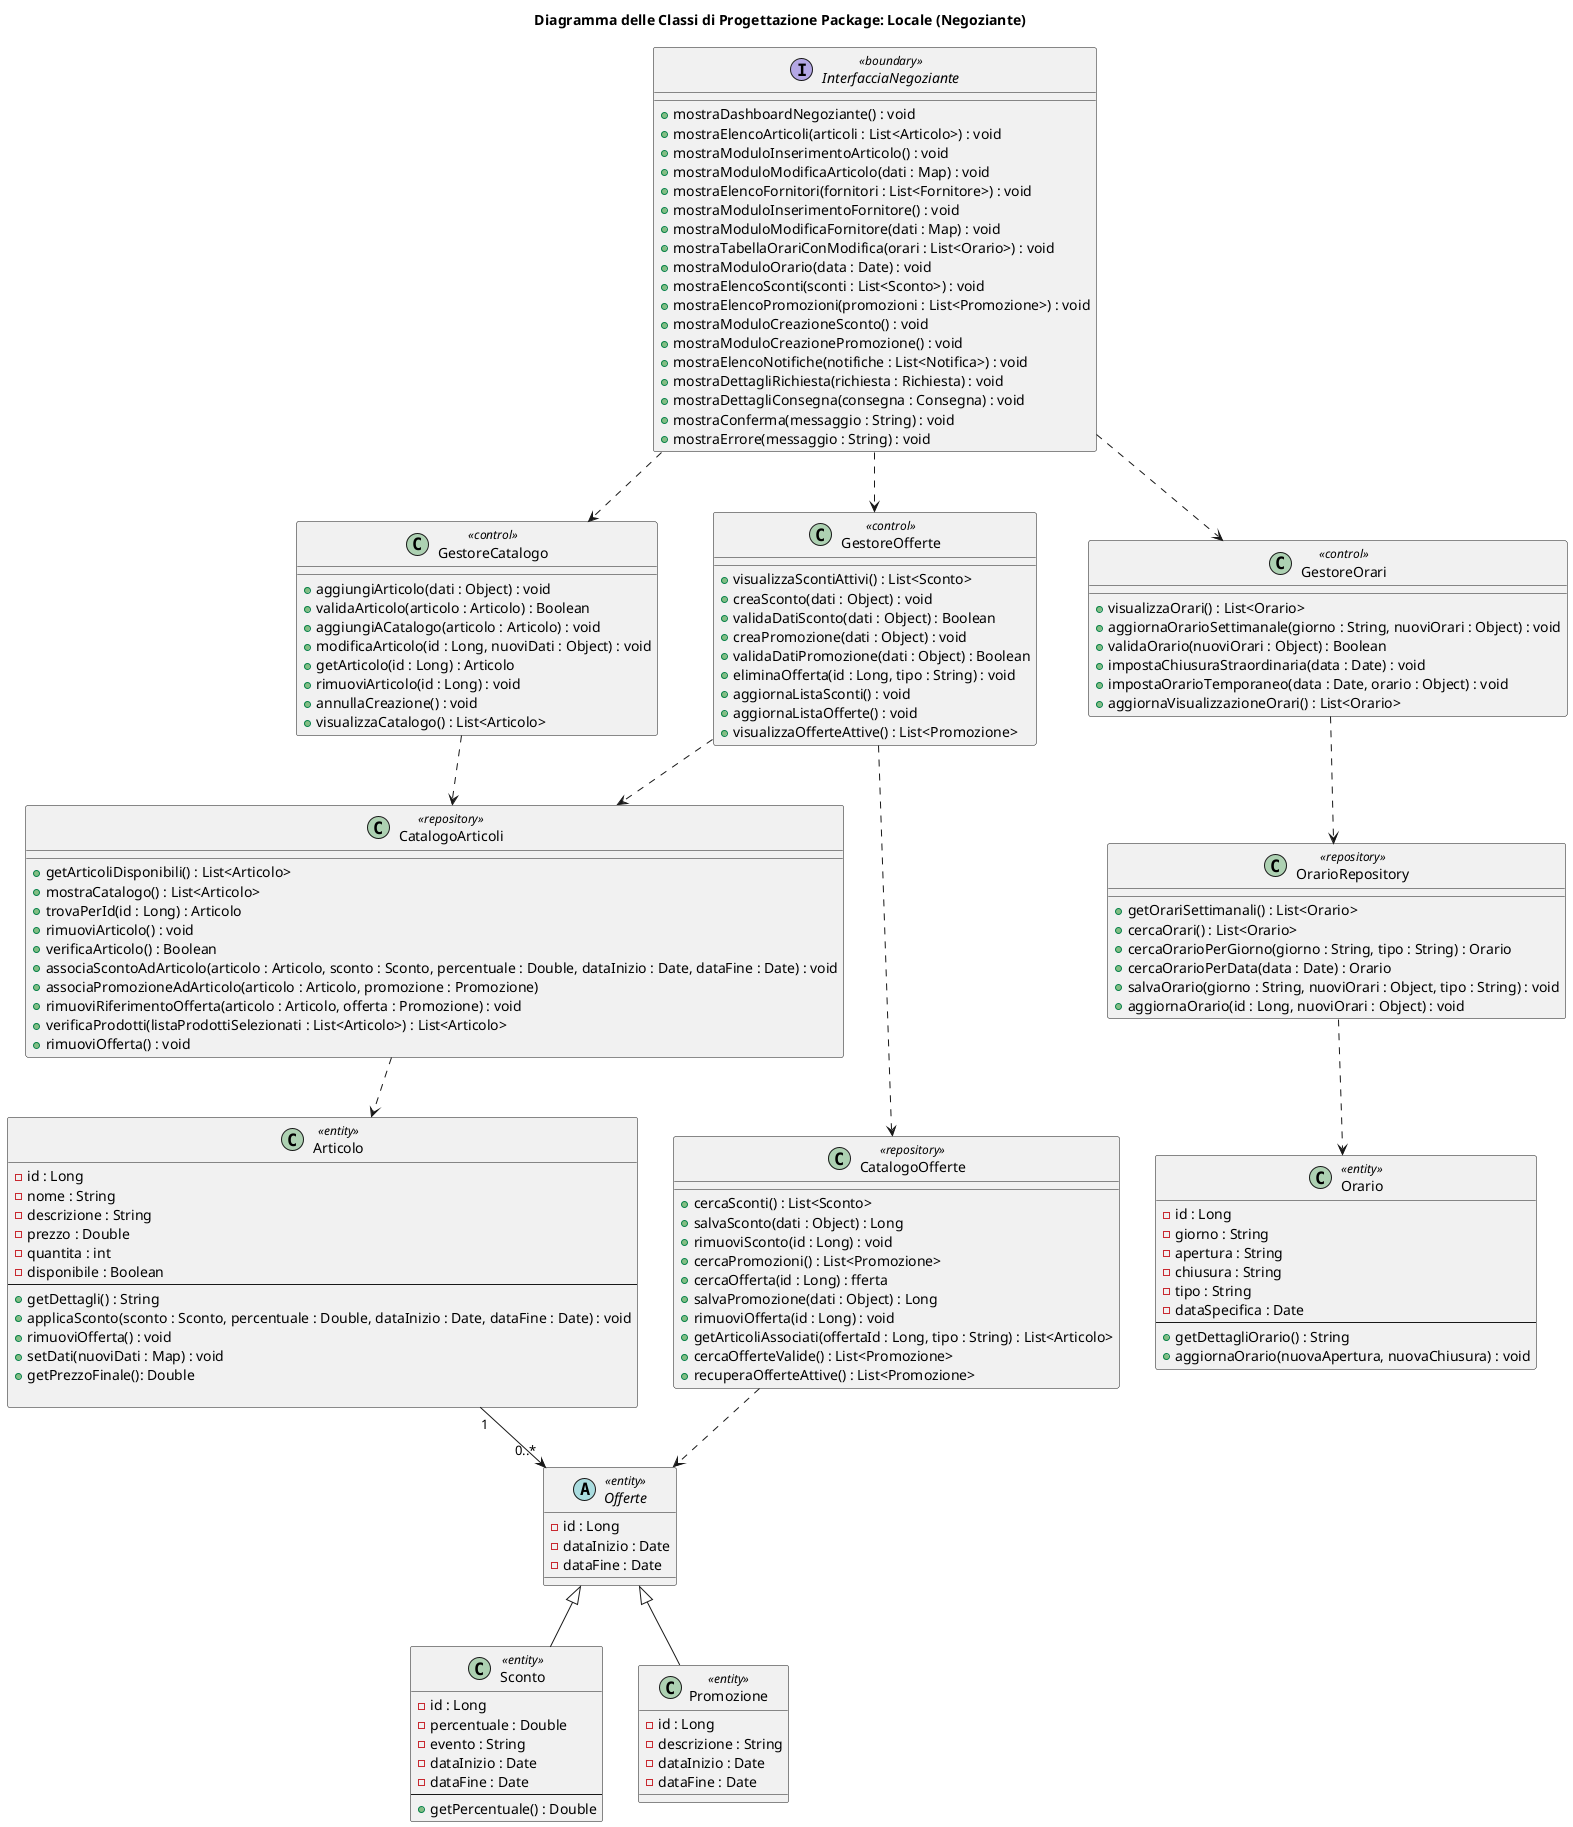
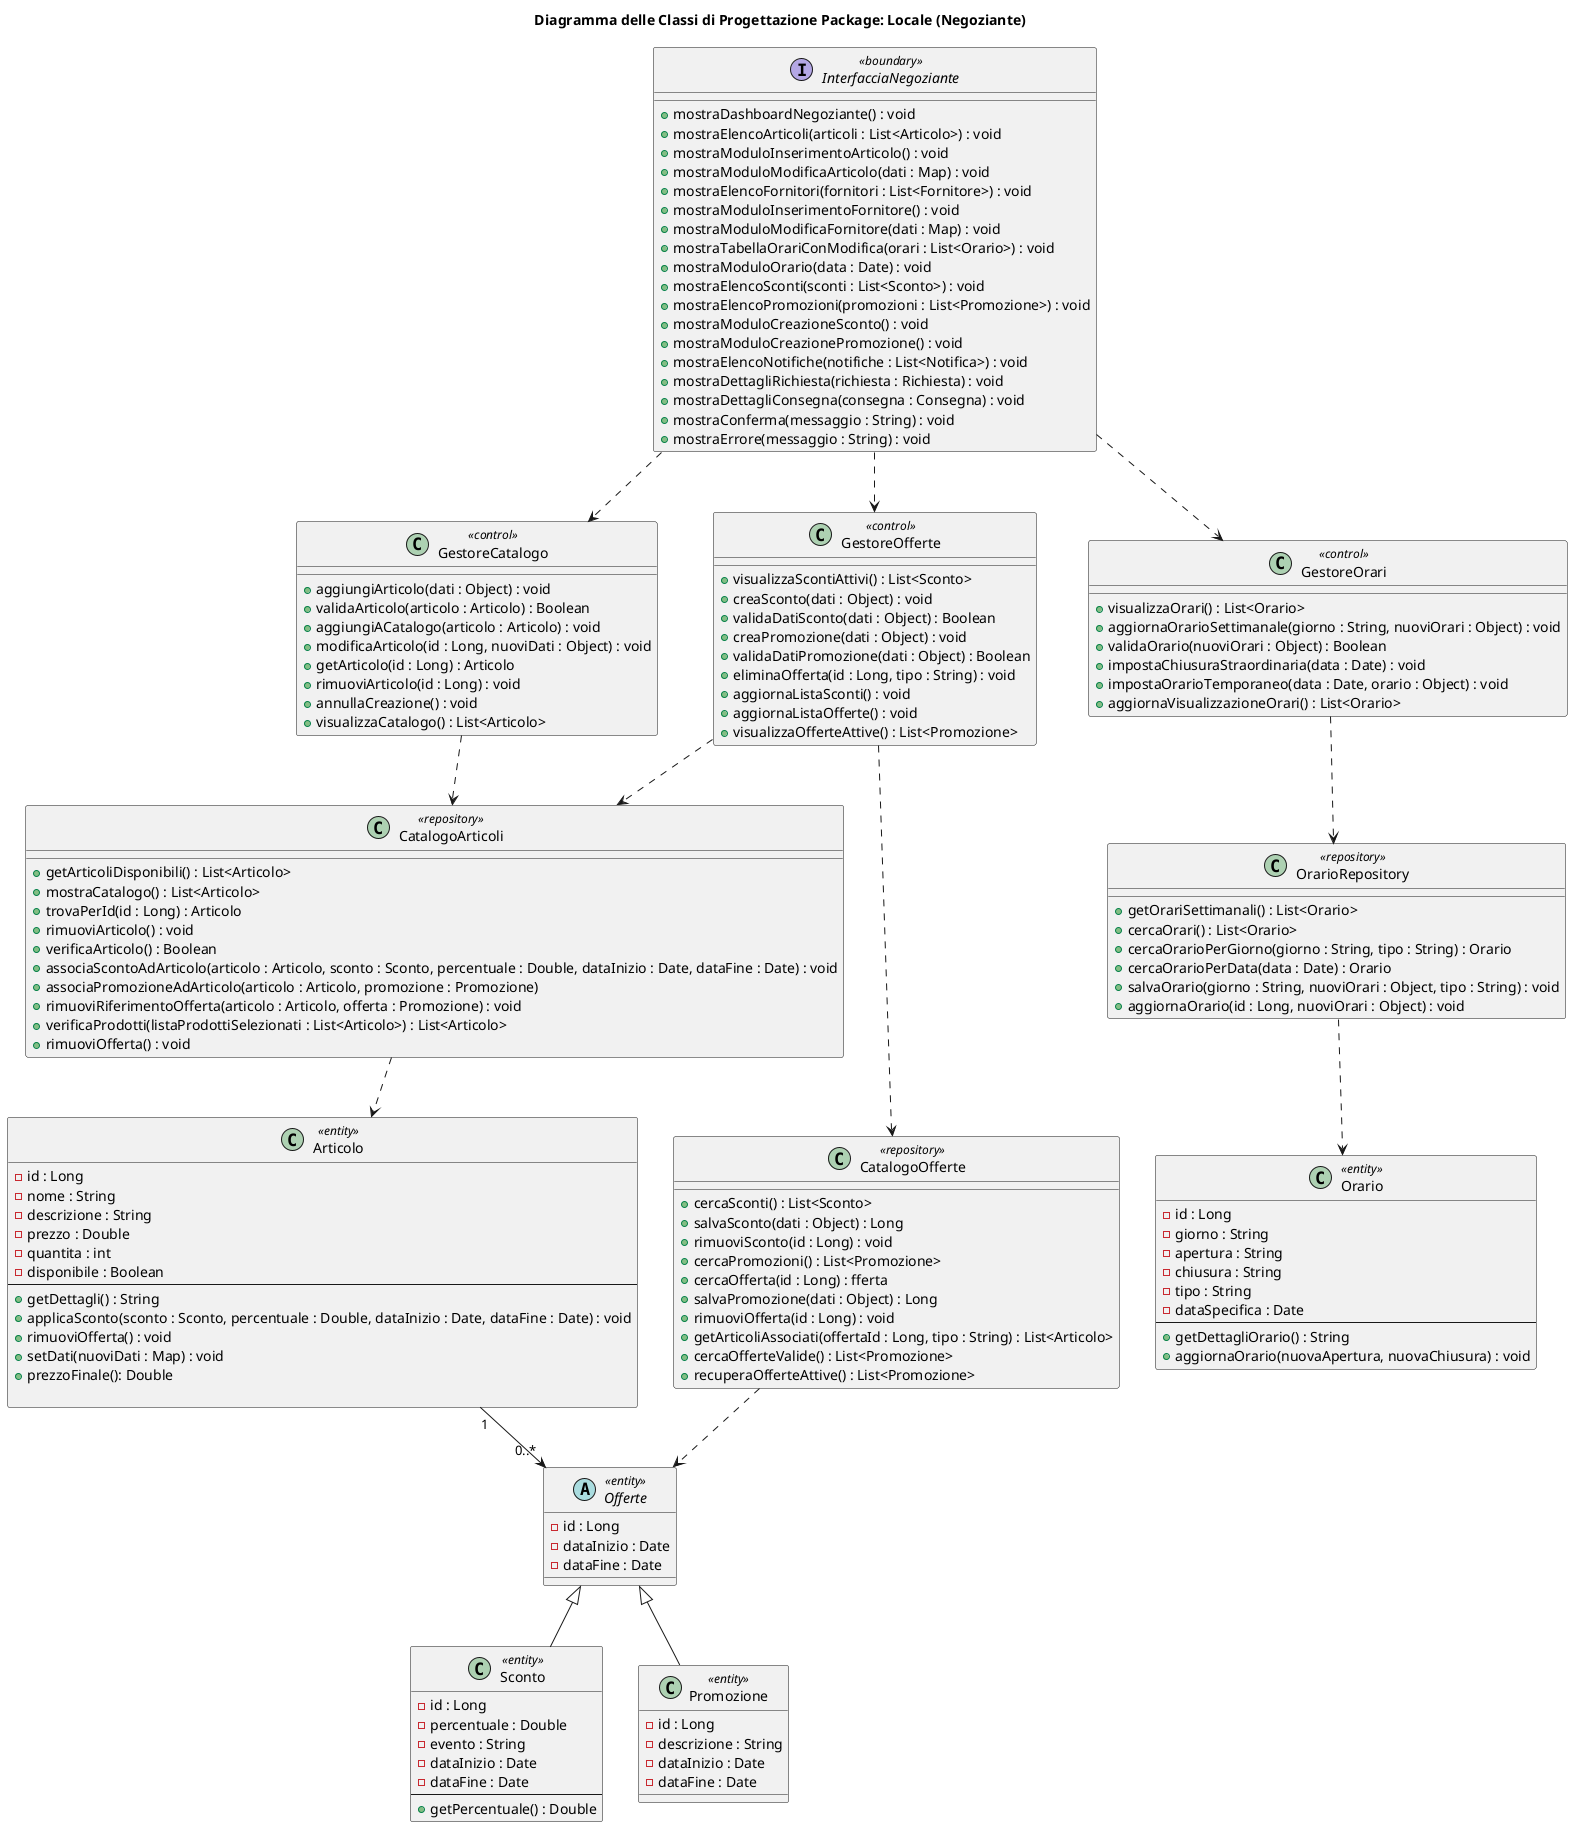
@startuml
title Diagramma delle Classi di Progettazione Package: Locale (Negoziante)


interface InterfacciaNegoziante <<boundary>>
class GestoreCatalogo <<control>>
class GestoreOfferte <<control>>
class GestoreOrari <<control>>
class Offerte <<entity>>
class CatalogoArticoli <<entity>>
class OrarioRepository <<repository>>
class CatalogoOfferte <<repository>>


interface "InterfacciaNegoziante" <<boundary>> {
    ' Dashboard
    + mostraDashboardNegoziante() : void
    ' Gestione Catalogo
    + mostraElencoArticoli(articoli : List<Articolo>) : void
    + mostraModuloInserimentoArticolo() : void
    + mostraModuloModificaArticolo(dati : Map) : void
    ' Gestione Fornitori
    + mostraElencoFornitori(fornitori : List<Fornitore>) : void
    + mostraModuloInserimentoFornitore() : void
    + mostraModuloModificaFornitore(dati : Map) : void
    ' Gestione Orari
    + mostraTabellaOrariConModifica(orari : List<Orario>) : void
    + mostraModuloOrario(data : Date) : void
    ' Gestione Offerte
    + mostraElencoSconti(sconti : List<Sconto>) : void
    + mostraElencoPromozioni(promozioni : List<Promozione>) : void
    + mostraModuloCreazioneSconto() : void
    + mostraModuloCreazionePromozione() : void
    ' Gestione Notifiche
    + mostraElencoNotifiche(notifiche : List<Notifica>) : void
    + mostraDettagliRichiesta(richiesta : Richiesta) : void
    + mostraDettagliConsegna(consegna : Consegna) : void
    ' Messaggi comuni
    + mostraConferma(messaggio : String) : void
    + mostraErrore(messaggio : String) : void
}
class GestoreCatalogo <<control>> {
    + aggiungiArticolo(dati : Object) : void
    + validaArticolo(articolo : Articolo) : Boolean
    + aggiungiACatalogo(articolo : Articolo) : void
    + modificaArticolo(id : Long, nuoviDati : Object) : void
    + getArticolo(id : Long) : Articolo
    + rimuoviArticolo(id : Long) : void
    + annullaCreazione() : void
    + visualizzaCatalogo() : List<Articolo>
}

class GestoreOfferte <<control>> {
    + visualizzaScontiAttivi() : List<Sconto>
    + creaSconto(dati : Object) : void
    + validaDatiSconto(dati : Object) : Boolean
    + creaPromozione(dati : Object) : void
    + validaDatiPromozione(dati : Object) : Boolean
    + eliminaOfferta(id : Long, tipo : String) : void
    + aggiornaListaSconti() : void
    + aggiornaListaOfferte() : void
    + visualizzaOfferteAttive() : List<Promozione>
}

class GestoreOrari <<control>> {
    + visualizzaOrari() : List<Orario>
    + aggiornaOrarioSettimanale(giorno : String, nuoviOrari : Object) : void
    + validaOrario(nuoviOrari : Object) : Boolean
    + impostaChiusuraStraordinaria(data : Date) : void
    + impostaOrarioTemporaneo(data : Date, orario : Object) : void
    + aggiornaVisualizzazioneOrari() : List<Orario>
}
class OrarioRepository <<repository>> {
    + getOrariSettimanali() : List<Orario>
    + cercaOrari() : List<Orario>
    + cercaOrarioPerGiorno(giorno : String, tipo : String) : Orario
    + cercaOrarioPerData(data : Date) : Orario
    + salvaOrario(giorno : String, nuoviOrari : Object, tipo : String) : void
    + aggiornaOrario(id : Long, nuoviOrari : Object) : void
}

class CatalogoArticoli <<repository>> {
    + getArticoliDisponibili() : List<Articolo>
    + mostraCatalogo() : List<Articolo>
    + trovaPerId(id : Long) : Articolo
    + rimuoviArticolo() : void
    + verificaArticolo() : Boolean
    + associaScontoAdArticolo(articolo : Articolo, sconto : Sconto, percentuale : Double, dataInizio : Date, dataFine : Date) : void
    + associaPromozioneAdArticolo(articolo : Articolo, promozione : Promozione)
    + rimuoviRiferimentoOfferta(articolo : Articolo, offerta : Promozione) : void
    + verificaProdotti(listaProdottiSelezionati : List<Articolo>) : List<Articolo>
    + rimuoviOfferta() : void
}

class CatalogoOfferte <<repository>> {
    + cercaSconti() : List<Sconto>
    + salvaSconto(dati : Object) : Long
    + rimuoviSconto(id : Long) : void
    + cercaPromozioni() : List<Promozione>
    + cercaOfferta(id : Long) : fferta
    + salvaPromozione(dati : Object) : Long
    + rimuoviOfferta(id : Long) : void
    + getArticoliAssociati(offertaId : Long, tipo : String) : List<Articolo>
    + cercaOfferteValide() : List<Promozione>
    + recuperaOfferteAttive() : List<Promozione>
}
class Articolo <<entity>> {
    - id : Long
    - nome : String
    - descrizione : String
    - prezzo : Double
    - quantita : int
    - disponibile : Boolean
    --
    + getDettagli() : String
    + applicaSconto(sconto : Sconto, percentuale : Double, dataInizio : Date, dataFine : Date) : void
    + rimuoviOfferta() : void
    + setDati(nuoviDati : Map) : void
-     + getPrezzoFinale(): Double
+     + prezzoFinale(): Double

}


abstract class Offerte <<entity>> {
    - id : Long
    - dataInizio : Date
    - dataFine : Date
}

class Sconto <<entity>> {
    - id : Long
    - percentuale : Double
    - evento : String
    - dataInizio : Date
    - dataFine : Date
    --
    +getPercentuale() : Double
}

class Promozione <<entity>> {
    - id : Long
    - descrizione : String
    - dataInizio : Date
    - dataFine : Date
}

class Orario <<entity>> {
    - id : Long
    - giorno : String
    - apertura : String
    - chiusura : String
    - tipo : String
    - dataSpecifica : Date
    --
    + getDettagliOrario() : String
    + aggiornaOrario(nuovaApertura, nuovaChiusura) : void
}

Offerte <|-- Sconto
Offerte <|-- Promozione

CatalogoArticoli ..> Articolo
Articolo "1" --> "0..*" Offerte

InterfacciaNegoziante ..> GestoreOrari
GestoreOrari ..> OrarioRepository
InterfacciaNegoziante ..> GestoreOfferte
GestoreOfferte ..> CatalogoOfferte
GestoreOfferte ..> CatalogoArticoli
InterfacciaNegoziante ..> GestoreCatalogo
GestoreCatalogo ..> CatalogoArticoli
OrarioRepository ..> Orario
CatalogoOfferte ..> Offerte


@enduml